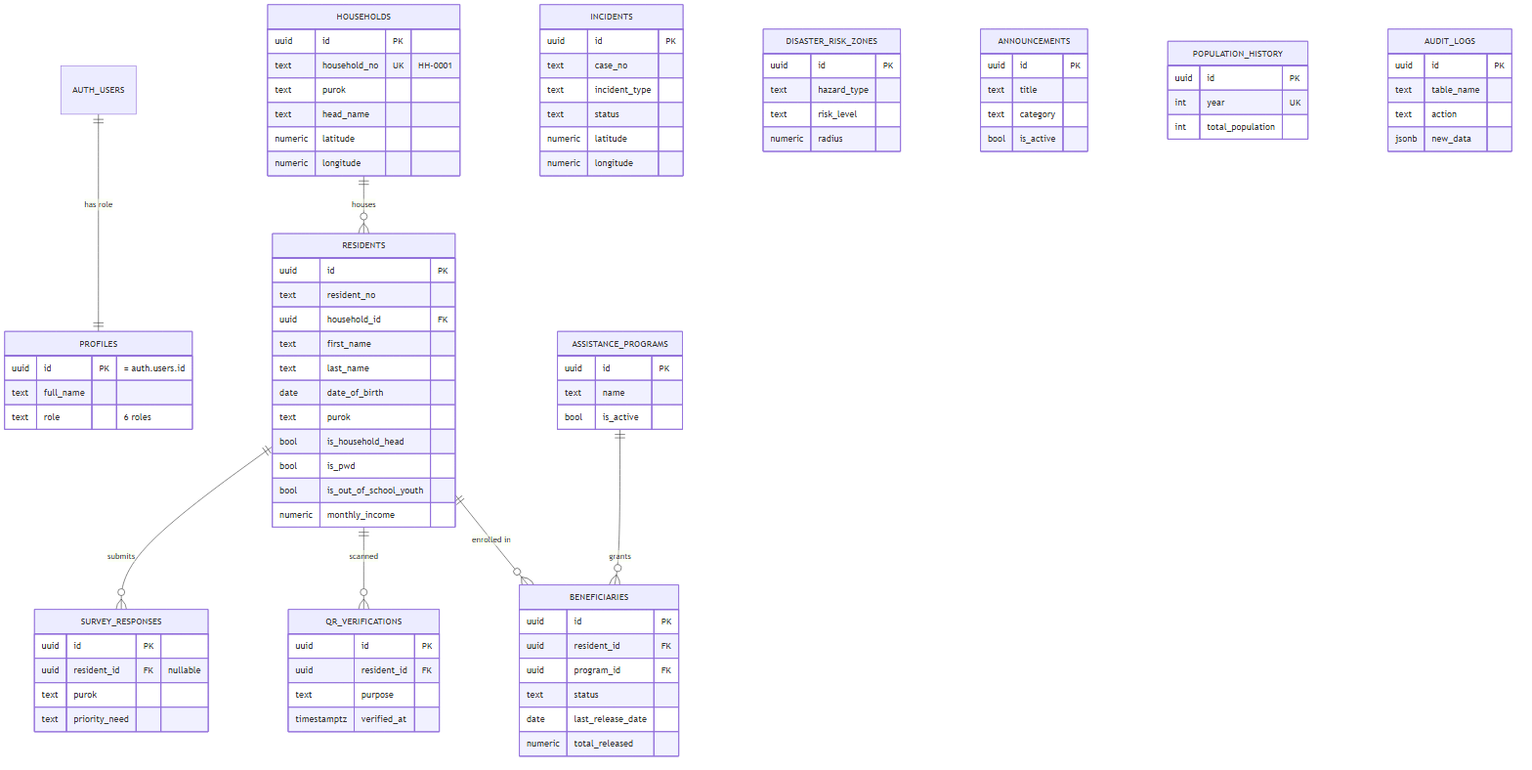
This is diagrams/erd.png from KellyEspera/protect, a Mermaid export, as it was before one commit. Its source is kept beside it as diagrams/erd.mmd. Source of this version:
```mermaid
erDiagram
    AUTH_USERS ||--|| PROFILES : "has role"
    HOUSEHOLDS ||--o{ RESIDENTS : "houses"
    RESIDENTS ||--o{ BENEFICIARIES : "enrolled in"
    ASSISTANCE_PROGRAMS ||--o{ BENEFICIARIES : "grants"
    RESIDENTS ||--o{ QR_VERIFICATIONS : "scanned"
    RESIDENTS ||--o{ SURVEY_RESPONSES : "submits"

    PROFILES {
        uuid id PK "= auth.users.id"
        text full_name
        text role "6 roles"
    }
    HOUSEHOLDS {
        uuid id PK
        text household_no UK "HH-0001"
        text purok
        text head_name
        numeric latitude
        numeric longitude
    }
    RESIDENTS {
        uuid id PK
        text resident_no
        uuid household_id FK
        text first_name
        text last_name
        date date_of_birth
        text purok
        bool is_household_head
        bool is_pwd
        bool is_out_of_school_youth
        numeric monthly_income
    }
    ASSISTANCE_PROGRAMS {
        uuid id PK
        text name
        bool is_active
    }
    BENEFICIARIES {
        uuid id PK
        uuid resident_id FK
        uuid program_id FK
        text status
        date last_release_date
        numeric total_released
    }
    QR_VERIFICATIONS {
        uuid id PK
        uuid resident_id FK
        text purpose
        timestamptz verified_at
    }
    SURVEY_RESPONSES {
        uuid id PK
        uuid resident_id FK "nullable"
        text purok
        text priority_need
    }
    INCIDENTS {
        uuid id PK
        text case_no
        text incident_type
        text status
        numeric latitude
        numeric longitude
    }
    DISASTER_RISK_ZONES {
        uuid id PK
        text hazard_type
        text risk_level
        numeric radius
    }
    ANNOUNCEMENTS {
        uuid id PK
        text title
        text category
        bool is_active
    }
    POPULATION_HISTORY {
        uuid id PK
        int year UK
        int total_population
    }
    AUDIT_LOGS {
        uuid id PK
        text table_name
        text action
        jsonb new_data
    }
```
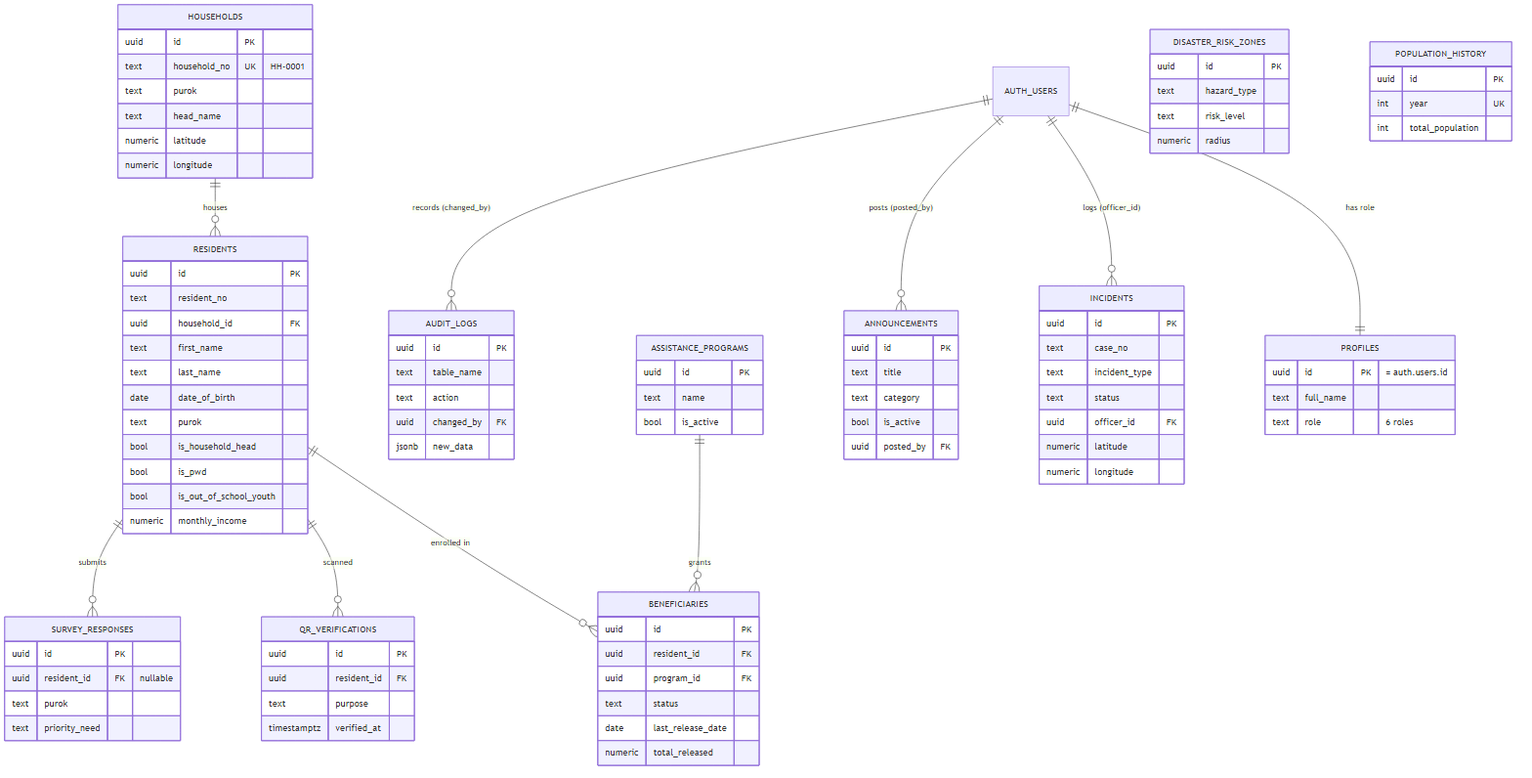
After the commit.

Commit message:
Connect incidents/announcements/audit_logs to users in ERD

Add the officer_id / posted_by / changed_by relationships to auth.users
so those tables are no longer floating. disaster_risk_zones and
population_history remain standalone (no FK) by design.

Change to the diagram source:
```diff
@@ -5,6 +5,9 @@
     ASSISTANCE_PROGRAMS ||--o{ BENEFICIARIES : "grants"
     RESIDENTS ||--o{ QR_VERIFICATIONS : "scanned"
     RESIDENTS ||--o{ SURVEY_RESPONSES : "submits"
+    AUTH_USERS ||--o{ INCIDENTS : "logs (officer_id)"
+    AUTH_USERS ||--o{ ANNOUNCEMENTS : "posts (posted_by)"
+    AUTH_USERS ||--o{ AUDIT_LOGS : "records (changed_by)"
 
     PROFILES {
         uuid id PK "= auth.users.id"
@@ -62,6 +65,7 @@
         text case_no
         text incident_type
         text status
+        uuid officer_id FK
         numeric latitude
         numeric longitude
     }
@@ -76,6 +80,7 @@
         text title
         text category
         bool is_active
+        uuid posted_by FK
     }
     POPULATION_HISTORY {
         uuid id PK
@@ -86,5 +91,6 @@
         uuid id PK
         text table_name
         text action
+        uuid changed_by FK
         jsonb new_data
     }
```
